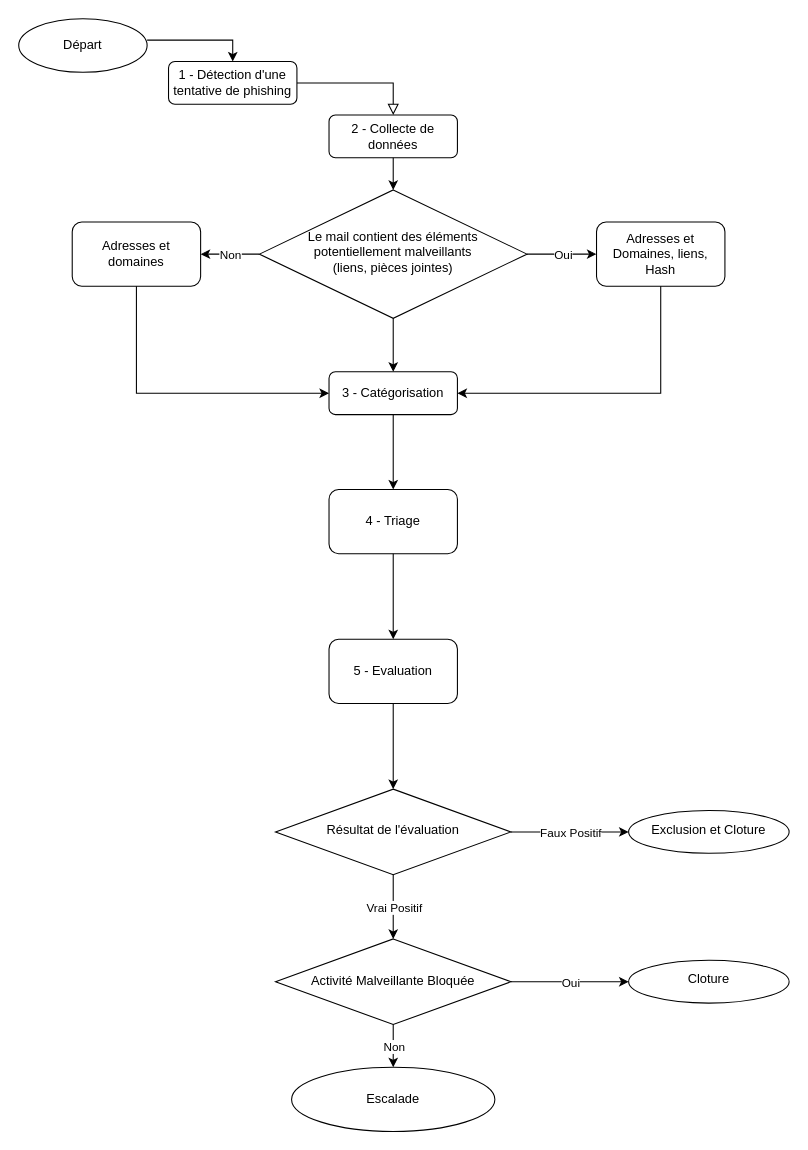
Before: Workflow SOC - Phishing.drawio in Melfice60/Playbooks, a draw.io diagram. Source tidied: cells renumbered, new cells numbered last; positions are measured from the earlier drawing's top-left corner, leaving out a move shared by most shapes. Both pictures are drawn from the tidied source at 107%, with x=0, y=0 at pixel (18, 18).
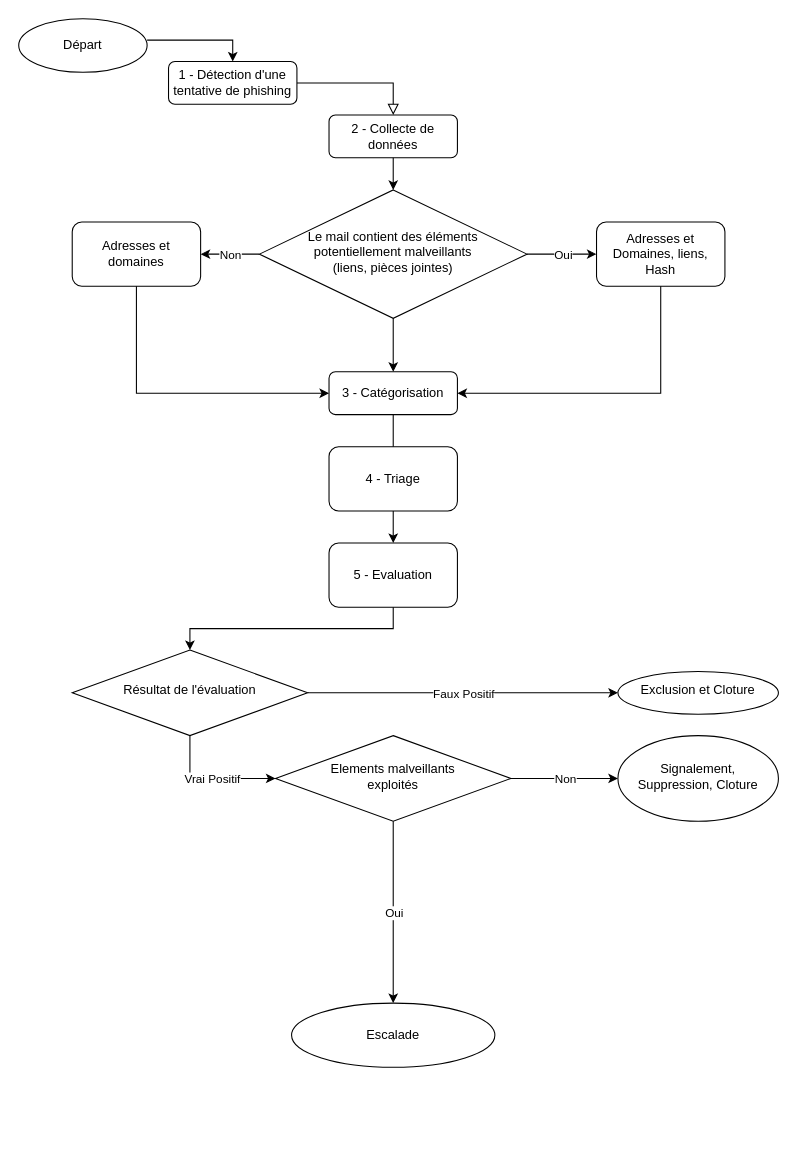
After the change.

Commit message:
Mettre à jour Workflow SOC - Phishing.drawio

Diff of the diagram source:
```diff
@@
     <mxCell id="20" value="4 - Triage" style="rounded=1;whiteSpace=wrap;html=1;" parent="1" vertex="1">
-      <mxGeometry x="290" y="440" width="120" height="60" as="geometry" />
+      <mxGeometry x="290" y="400" width="120" height="60" as="geometry" />
     </mxCell>
     <mxCell id="21" value="5 - Evaluation" style="rounded=1;whiteSpace=wrap;html=1;" parent="1" vertex="1">
-      <mxGeometry x="290" y="580" width="120" height="60" as="geometry" />
+      <mxGeometry x="290" y="490" width="120" height="60" as="geometry" />
     </mxCell>
@@
     <mxCell id="23" value="Résultat de l'évaluation" style="rhombus;whiteSpace=wrap;html=1;shadow=0;fontFamily=Helvetica;fontSize=12;align=center;strokeWidth=1;spacing=6;spacingTop=-4;" parent="1" vertex="1">
-      <mxGeometry x="240" y="720" width="220" height="80" as="geometry" />
+      <mxGeometry x="50" y="590" width="220" height="80" as="geometry" />
     </mxCell>
     <mxCell id="24" value="Exclusion et Cloture" style="ellipse;whiteSpace=wrap;html=1;shadow=0;strokeWidth=1;spacing=6;spacingTop=-4;" parent="1" vertex="1">
-      <mxGeometry x="570" y="740" width="150" height="40" as="geometry" />
+      <mxGeometry x="560" y="610" width="150" height="40" as="geometry" />
     </mxCell>
@@
     <mxCell id="27" style="endArrow=classic;html=1;rounded=0;exitX=0.5;exitY=1;exitDx=0;exitDy=0;entryX=0.5;entryY=0;entryDx=0;entryDy=0;" parent="1" edge="1" source="21" target="23">
-      <mxGeometry relative="1" as="geometry" />
+      <mxGeometry relative="1" as="geometry">
+        <Array as="points">
+          <mxPoint x="350" y="570" />
+          <mxPoint x="160" y="570" />
+        </Array>
+      </mxGeometry>
     </mxCell>
-    <mxCell id="28" style="endArrow=classic;html=1;rounded=0;exitX=0.5;exitY=1;exitDx=0;exitDy=0;entryX=0.5;entryY=0;entryDx=0;entryDy=0;" parent="1" edge="1" source="23" target="31">
-      <mxGeometry relative="1" as="geometry" />
+    <mxCell id="28" style="endArrow=classic;html=1;rounded=0;exitX=0.5;exitY=1;exitDx=0;exitDy=0;entryX=0;entryY=0.5;entryDx=0;entryDy=0;" parent="1" edge="1" source="23" target="37">
+      <mxGeometry relative="1" as="geometry">
+        <Array as="points">
+          <mxPoint x="160" y="710" />
+        </Array>
+      </mxGeometry>
     </mxCell>
@@
     <mxCell id="30" value="Escalade" style="ellipse;whiteSpace=wrap;html=1;" parent="1" vertex="1">
-      <mxGeometry x="255" y="980" width="190" height="60" as="geometry" />
+      <mxGeometry x="255" y="920" width="190" height="60" as="geometry" />
     </mxCell>
-    <mxCell id="31" value="Activité Malveillante Bloquée" style="rhombus;whiteSpace=wrap;html=1;" parent="1" vertex="1">
-      <mxGeometry x="240" y="860" width="220" height="80" as="geometry" />
-    </mxCell>
-    <mxCell id="32" value="Cloture" style="ellipse;whiteSpace=wrap;html=1;shadow=0;strokeWidth=1;spacing=6;spacingTop=-4;" parent="1" vertex="1">
-      <mxGeometry x="570" y="880" width="150" height="40" as="geometry" />
+    <mxCell id="32" value="Signalement,&lt;br&gt;Suppression, Cloture" style="ellipse;whiteSpace=wrap;html=1;shadow=0;strokeWidth=1;spacing=6;spacingTop=-4;" parent="1" vertex="1">
+      <mxGeometry x="560" y="670" width="150" height="80" as="geometry" />
     </mxCell>
-    <mxCell id="33" style="endArrow=classic;html=1;rounded=0;exitX=0.5;exitY=1;exitDx=0;exitDy=0;entryX=0.5;entryY=0;entryDx=0;entryDy=0;" parent="1" edge="1" source="31" target="30">
-      <mxGeometry relative="1" as="geometry" />
-    </mxCell>
-    <mxCell id="34" value="Non" style="edgeLabel;html=1;align=center;verticalAlign=middle;" parent="33" vertex="1">
-      <mxGeometry relative="1" as="geometry" />
-    </mxCell>
-    <mxCell id="35" style="endArrow=classic;html=1;rounded=0;exitX=1;exitY=0.5;exitDx=0;exitDy=0;entryX=0;entryY=0.5;entryDx=0;entryDy=0;" parent="1" edge="1" source="31" target="32">
+    <mxCell id="35" style="endArrow=classic;html=1;rounded=0;exitX=1;exitY=0.5;exitDx=0;exitDy=0;entryX=0;entryY=0.5;entryDx=0;entryDy=0;" parent="1" edge="1" source="37" target="32">
       <mxGeometry relative="1" as="geometry" />
     </mxCell>
-    <mxCell id="36" value="Oui" style="edgeLabel;html=1;align=center;verticalAlign=middle;" parent="35" vertex="1">
+    <mxCell id="36" value="Non" style="edgeLabel;html=1;align=center;verticalAlign=middle;" parent="35" vertex="1">
       <mxGeometry relative="1" as="geometry" />
     </mxCell>
+    <mxCell id="37" value="Elements malveillants &lt;br&gt;exploités" style="rhombus;whiteSpace=wrap;html=1;shadow=0;fontFamily=Helvetica;fontSize=12;align=center;strokeWidth=1;spacing=6;spacingTop=-4;" parent="1" vertex="1">
+      <mxGeometry x="240" y="670" width="220" height="80" as="geometry" />
+    </mxCell>
+    <mxCell id="38" style="endArrow=classic;html=1;rounded=0;exitX=0.5;exitY=1;exitDx=0;exitDy=0;entryX=0.5;entryY=0;entryDx=0;entryDy=0;" parent="1" edge="1" source="37" target="30">
+      <mxGeometry relative="1" as="geometry" />
+    </mxCell>
+    <mxCell id="39" value="Oui" style="edgeLabel;html=1;align=center;verticalAlign=middle;" parent="38" vertex="1">
+      <mxGeometry relative="1" as="geometry" />
+    </mxCell>
```
